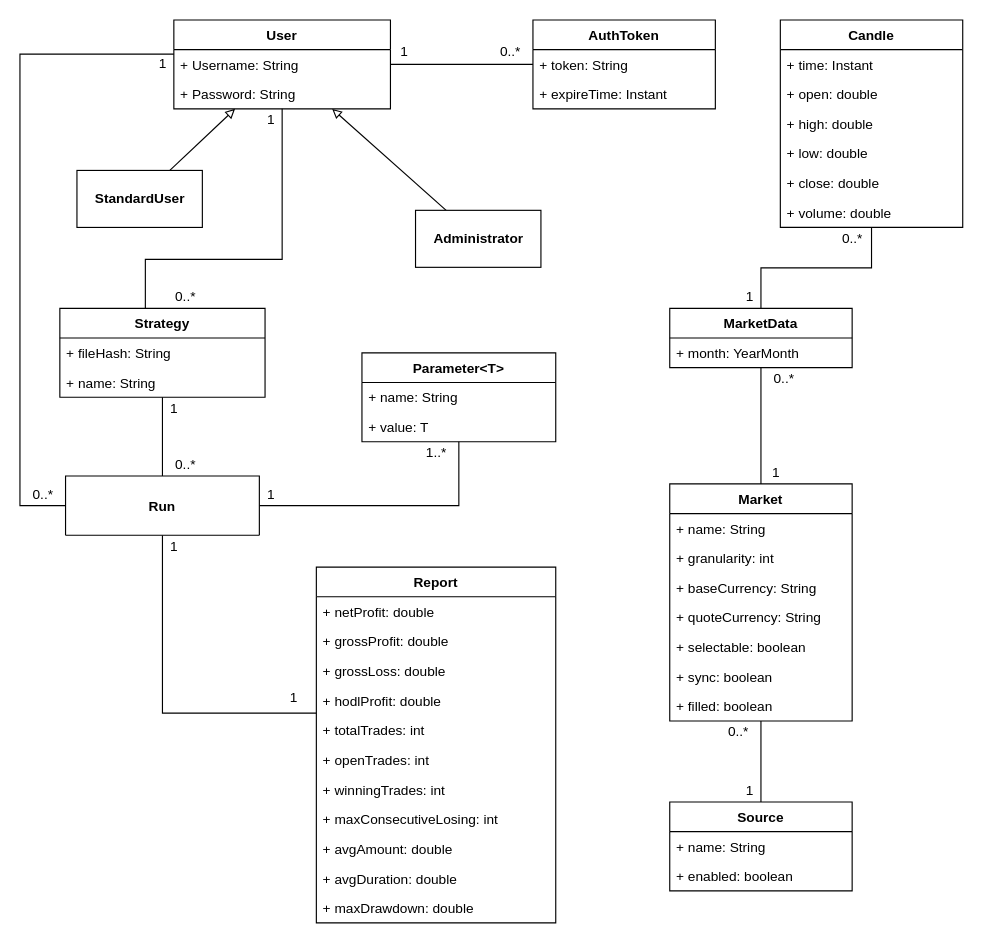
The draw.io diagram drawio/datamodel.drawio in nferrante1/lsmsd2, before the edit. Source tidied: cells renumbered, new cells numbered last; positions are measured from the earlier drawing's top-left corner, leaving out a move shared by most shapes. Both pictures are drawn from the tidied source at 114%, with x=0, y=0 at pixel (19, 19).
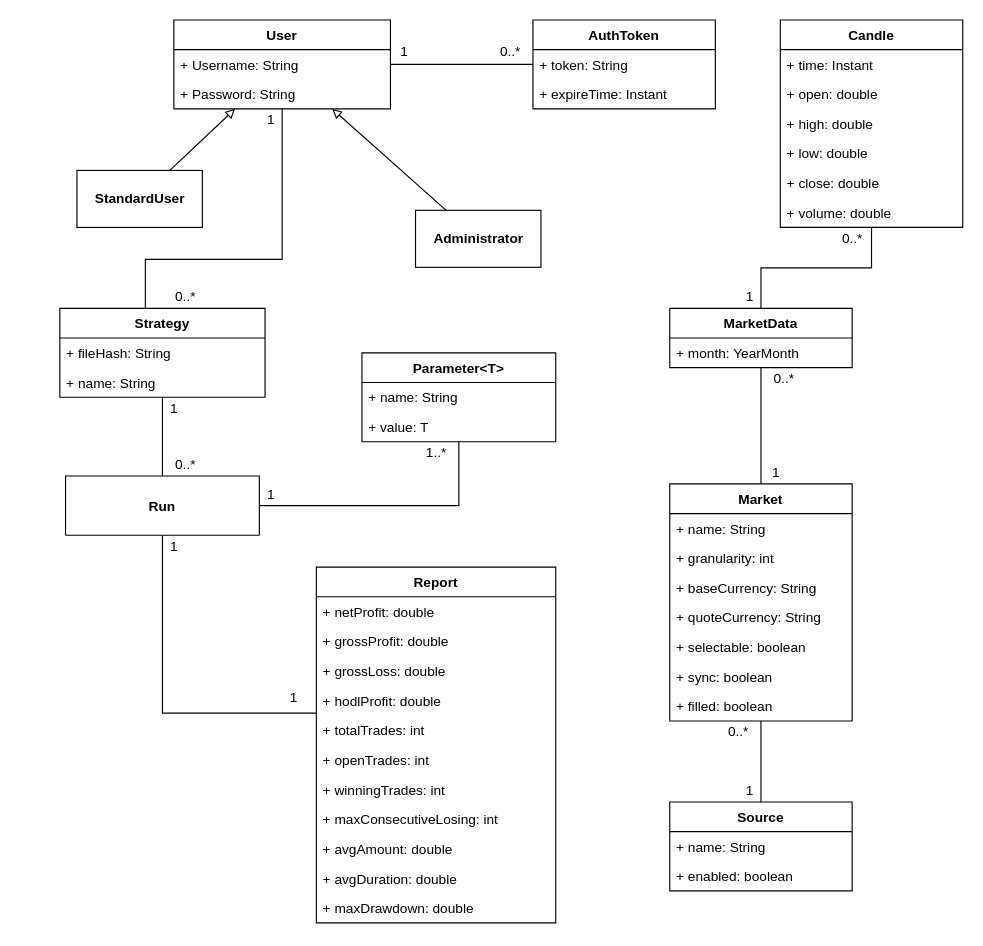
After the change.

Unchanged cells that the change refers to:
```xml
<mxCell id="3" value="User" style="swimlane;fontStyle=1;align=center;verticalAlign=top;horizontal=1;startSize=26;" parent="1" vertex="1">
  <mxGeometry x="135" width="190" height="78" as="geometry" />
</mxCell>
<mxCell id="24" value="Run" style="swimlane;fontStyle=1;align=center;verticalAlign=middle;horizontal=1;startSize=52;" parent="1" vertex="1">
  <mxGeometry x="40" y="400" width="170" height="52" as="geometry" />
</mxCell>
```

Diff of the diagram source:
```diff
@@
-    <mxCell id="23" style="edgeStyle=orthogonalEdgeStyle;rounded=0;jettySize=auto;html=1;endArrow=none;endFill=0;" parent="1" edge="1" source="24" target="3">
-      <mxGeometry relative="1" as="geometry">
-        <Array as="points">
-          <mxPoint y="426" />
-          <mxPoint y="30" />
-        </Array>
-      </mxGeometry>
-    </mxCell>
@@
-    <mxCell id="70" value="0..*" style="text;html=1;align=center;verticalAlign=middle;" parent="1" vertex="1">
-      <mxGeometry y="407" width="40" height="20" as="geometry" />
-    </mxCell>
-    <mxCell id="71" value="1" style="text;html=1;align=center;verticalAlign=middle;" parent="1" vertex="1">
-      <mxGeometry x="115" y="29" width="20" height="20" as="geometry" />
-    </mxCell>
```
